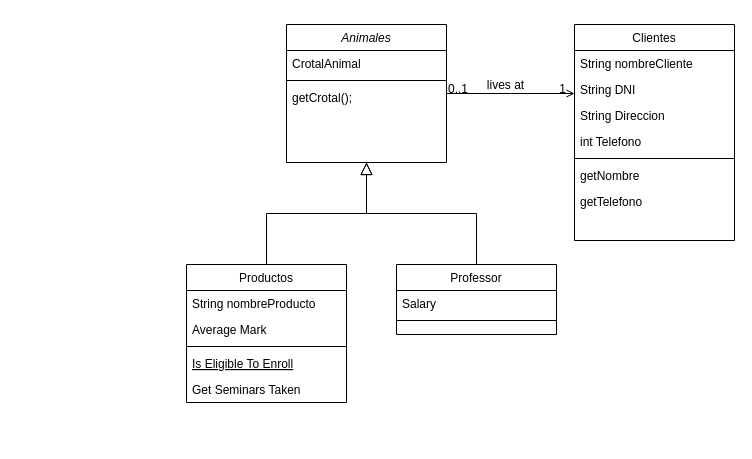
Above: Untitled Diagram.drawio in JoseMariaRuizDAM/PGL_JoseMa (draw.io), before the change. Source tidied: cells renumbered, new cells numbered last; positions are measured from the earlier drawing's top-left corner, leaving out a move shared by most shapes. Both pictures are drawn from the tidied source at 100%, with x=0, y=0 at pixel (186, 24).
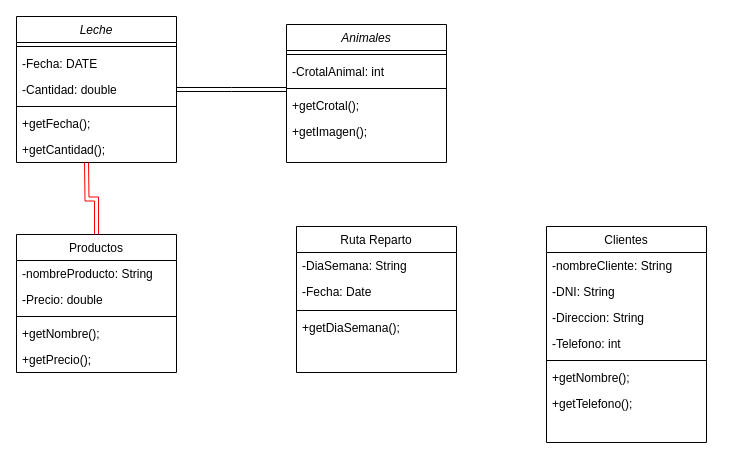
After the change.

Unchanged cells that the change refers to:
```xml
<mxCell id="2" value="Animales" style="swimlane;fontStyle=2;align=center;verticalAlign=top;horizontal=1;startSize=26;rounded=0;shadow=0;strokeWidth=1;" parent="1" vertex="1">
  <mxGeometry x="100" width="160" height="138" as="geometry" />
</mxCell>
```

The edit, as a diff of the source:
```diff
@@
+    <mxCell id="4" style="line;html=1;strokeWidth=1;align=left;verticalAlign=middle;spacingTop=-1;spacingLeft=3;spacingRight=3;labelPosition=right;" parent="2" vertex="1">
+      <mxGeometry y="26" width="160" height="8" as="geometry" />
+    </mxCell>
-    <mxCell id="3" value="CrotalAnimal" style="text;align=left;verticalAlign=top;spacingLeft=4;spacingRight=4;overflow=hidden;rounded=0;shadow=0;html=0;" parent="2" vertex="1">
-      <mxGeometry y="26" width="160" height="26" as="geometry" />
+    <mxCell id="3" value="-CrotalAnimal: int" style="text;align=left;verticalAlign=top;spacingLeft=4;spacingRight=4;overflow=hidden;rounded=0;shadow=0;html=0;" parent="2" vertex="1">
+      <mxGeometry y="34" width="160" height="26" as="geometry" />
     </mxCell>
-    <mxCell id="4" style="line;html=1;strokeWidth=1;align=left;verticalAlign=middle;spacingTop=-1;spacingLeft=3;spacingRight=3;labelPosition=right;" parent="2" vertex="1">
-      <mxGeometry y="52" width="160" height="8" as="geometry" />
-    </mxCell>
+    <mxCell id="9" style="line;html=1;strokeWidth=1;align=left;verticalAlign=middle;spacingTop=-1;spacingLeft=3;spacingRight=3;labelPosition=right;" parent="2" vertex="1">
+      <mxGeometry y="60" width="160" height="8" as="geometry" />
+    </mxCell>
-    <mxCell id="5" value="getCrotal();" style="text;align=left;verticalAlign=top;spacingLeft=4;spacingRight=4;overflow=hidden;" parent="2" vertex="1">
-      <mxGeometry y="60" width="160" height="26" as="geometry" />
+    <mxCell id="5" value="+getCrotal();" style="text;align=left;verticalAlign=top;spacingLeft=4;spacingRight=4;overflow=hidden;" parent="2" vertex="1">
+      <mxGeometry y="68" width="160" height="26" as="geometry" />
     </mxCell>
+    <mxCell id="29" value="+getImagen();" style="text;align=left;verticalAlign=top;spacingLeft=4;spacingRight=4;overflow=hidden;" parent="2" vertex="1">
+      <mxGeometry y="94" width="160" height="26" as="geometry" />
+    </mxCell>
     <mxCell id="6" value="Productos" style="swimlane;fontStyle=0;align=center;verticalAlign=top;horizontal=1;startSize=26;rounded=0;shadow=0;strokeWidth=1;" parent="1" vertex="1">
-      <mxGeometry y="240" width="160" height="138" as="geometry" />
+      <mxGeometry x="-170" y="210" width="160" height="138" as="geometry" />
     </mxCell>
-    <mxCell id="7" value="String nombreProducto" style="text;align=left;verticalAlign=top;spacingLeft=4;spacingRight=4;overflow=hidden;" parent="6" vertex="1">
+    <mxCell id="7" value="-nombreProducto: String &#10;&#10;" style="text;align=left;verticalAlign=top;spacingLeft=4;spacingRight=4;overflow=hidden;" parent="6" vertex="1">
       <mxGeometry y="26" width="160" height="26" as="geometry" />
     </mxCell>
-    <mxCell id="8" value="Average Mark" style="text;align=left;verticalAlign=top;spacingLeft=4;spacingRight=4;overflow=hidden;rounded=0;shadow=0;html=0;" parent="6" vertex="1">
-      <mxGeometry y="52" width="160" height="26" as="geometry" />
-    </mxCell>
-    <mxCell id="9" style="line;html=1;strokeWidth=1;align=left;verticalAlign=middle;spacingTop=-1;spacingLeft=3;spacingRight=3;labelPosition=right;" parent="6" vertex="1">
-      <mxGeometry y="78" width="160" height="8" as="geometry" />
-    </mxCell>
-    <mxCell id="10" value="Is Eligible To Enroll" style="text;align=left;verticalAlign=top;spacingLeft=4;spacingRight=4;overflow=hidden;fontStyle=4;" parent="6" vertex="1">
-      <mxGeometry y="86" width="160" height="26" as="geometry" />
-    </mxCell>
-    <mxCell id="11" value="Get Seminars Taken" style="text;align=left;verticalAlign=top;spacingLeft=4;spacingRight=4;overflow=hidden;" parent="6" vertex="1">
-      <mxGeometry y="112" width="160" height="26" as="geometry" />
-    </mxCell>
-    <mxCell id="12" style="endArrow=block;endSize=10;endFill=0;shadow=0;strokeWidth=1;rounded=0;edgeStyle=elbowEdgeStyle;elbow=vertical;" parent="1" edge="1" source="6" target="2">
-      <mxGeometry relative="1" as="geometry" />
-    </mxCell>
+    <mxCell id="30" value="-Precio: double" style="text;align=left;verticalAlign=top;spacingLeft=4;spacingRight=4;overflow=hidden;" parent="6" vertex="1">
+      <mxGeometry y="52" width="160" height="26" as="geometry" />
+    </mxCell>
+    <mxCell id="31" style="line;html=1;strokeWidth=1;align=left;verticalAlign=middle;spacingTop=-1;spacingLeft=3;spacingRight=3;labelPosition=right;" parent="6" vertex="1">
+      <mxGeometry y="78" width="160" height="8" as="geometry" />
+    </mxCell>
+    <mxCell id="32" value="+getNombre();" style="text;align=left;verticalAlign=top;spacingLeft=4;spacingRight=4;overflow=hidden;" parent="6" vertex="1">
+      <mxGeometry y="86" width="160" height="26" as="geometry" />
+    </mxCell>
+    <mxCell id="33" value="+getPrecio();" style="text;align=left;verticalAlign=top;spacingLeft=4;spacingRight=4;overflow=hidden;" parent="6" vertex="1">
+      <mxGeometry y="112" width="160" height="26" as="geometry" />
+    </mxCell>
-    <mxCell id="13" value="Professor" style="swimlane;fontStyle=0;align=center;verticalAlign=top;horizontal=1;startSize=26;rounded=0;shadow=0;strokeWidth=1;" parent="1" vertex="1">
-      <mxGeometry x="210" y="240" width="160" height="70" as="geometry" />
+    <mxCell id="13" value="Ruta Reparto" style="swimlane;fontStyle=0;align=center;verticalAlign=top;horizontal=1;startSize=26;rounded=0;shadow=0;strokeWidth=1;" parent="1" vertex="1">
+      <mxGeometry x="110" y="202" width="160" height="146" as="geometry" />
     </mxCell>
-    <mxCell id="14" value="Salary" style="text;align=left;verticalAlign=top;spacingLeft=4;spacingRight=4;overflow=hidden;" parent="13" vertex="1">
+    <mxCell id="14" value="-DiaSemana: String" style="text;align=left;verticalAlign=top;spacingLeft=4;spacingRight=4;overflow=hidden;" parent="13" vertex="1">
       <mxGeometry y="26" width="160" height="26" as="geometry" />
     </mxCell>
+    <mxCell id="34" value="-Fecha: Date" style="text;align=left;verticalAlign=top;spacingLeft=4;spacingRight=4;overflow=hidden;" parent="13" vertex="1">
+      <mxGeometry y="52" width="160" height="28" as="geometry" />
+    </mxCell>
     <mxCell id="15" style="line;html=1;strokeWidth=1;align=left;verticalAlign=middle;spacingTop=-1;spacingLeft=3;spacingRight=3;labelPosition=right;" parent="13" vertex="1">
-      <mxGeometry y="52" width="160" height="8" as="geometry" />
+      <mxGeometry y="80" width="160" height="8" as="geometry" />
     </mxCell>
-    <mxCell id="16" style="endArrow=block;endSize=10;endFill=0;shadow=0;strokeWidth=1;rounded=0;edgeStyle=elbowEdgeStyle;elbow=vertical;" parent="1" edge="1" source="13" target="2">
-      <mxGeometry relative="1" as="geometry" />
-    </mxCell>
+    <mxCell id="35" value="+getDiaSemana();" style="text;align=left;verticalAlign=top;spacingLeft=4;spacingRight=4;overflow=hidden;" parent="13" vertex="1">
+      <mxGeometry y="88" width="160" height="58" as="geometry" />
+    </mxCell>
     <mxCell id="17" value="Clientes" style="swimlane;fontStyle=0;align=center;verticalAlign=top;horizontal=1;startSize=26;rounded=0;shadow=0;strokeWidth=1;" parent="1" vertex="1">
-      <mxGeometry x="388" width="160" height="216" as="geometry" />
+      <mxGeometry x="360" y="202" width="160" height="216" as="geometry" />
     </mxCell>
-    <mxCell id="18" value="String nombreCliente" style="text;align=left;verticalAlign=top;spacingLeft=4;spacingRight=4;overflow=hidden;" parent="17" vertex="1">
+    <mxCell id="18" value="-nombreCliente: String " style="text;align=left;verticalAlign=top;spacingLeft=4;spacingRight=4;overflow=hidden;" parent="17" vertex="1">
       <mxGeometry y="26" width="160" height="26" as="geometry" />
     </mxCell>
-    <mxCell id="19" value="String DNI" style="text;align=left;verticalAlign=top;spacingLeft=4;spacingRight=4;overflow=hidden;rounded=0;shadow=0;html=0;" parent="17" vertex="1">
+    <mxCell id="19" value="-DNI: String " style="text;align=left;verticalAlign=top;spacingLeft=4;spacingRight=4;overflow=hidden;rounded=0;shadow=0;html=0;" parent="17" vertex="1">
       <mxGeometry y="52" width="160" height="26" as="geometry" />
     </mxCell>
-    <mxCell id="20" value="String Direccion" style="text;align=left;verticalAlign=top;spacingLeft=4;spacingRight=4;overflow=hidden;rounded=0;shadow=0;html=0;" parent="17" vertex="1">
+    <mxCell id="20" value="-Direccion: String " style="text;align=left;verticalAlign=top;spacingLeft=4;spacingRight=4;overflow=hidden;rounded=0;shadow=0;html=0;" parent="17" vertex="1">
       <mxGeometry y="78" width="160" height="26" as="geometry" />
     </mxCell>
-    <mxCell id="21" value="int Telefono" style="text;align=left;verticalAlign=top;spacingLeft=4;spacingRight=4;overflow=hidden;rounded=0;shadow=0;html=0;" parent="17" vertex="1">
+    <mxCell id="21" value="-Telefono: int " style="text;align=left;verticalAlign=top;spacingLeft=4;spacingRight=4;overflow=hidden;rounded=0;shadow=0;html=0;" parent="17" vertex="1">
       <mxGeometry y="104" width="160" height="26" as="geometry" />
     </mxCell>
@@
-    <mxCell id="23" value="getNombre" style="text;align=left;verticalAlign=top;spacingLeft=4;spacingRight=4;overflow=hidden;" parent="17" vertex="1">
+    <mxCell id="23" value="+getNombre();" style="text;align=left;verticalAlign=top;spacingLeft=4;spacingRight=4;overflow=hidden;" parent="17" vertex="1">
       <mxGeometry y="138" width="160" height="26" as="geometry" />
     </mxCell>
-    <mxCell id="24" value="getTelefono&#10;" style="text;align=left;verticalAlign=top;spacingLeft=4;spacingRight=4;overflow=hidden;" parent="17" vertex="1">
+    <mxCell id="24" value="+getTelefono();&#10;" style="text;align=left;verticalAlign=top;spacingLeft=4;spacingRight=4;overflow=hidden;" parent="17" vertex="1">
       <mxGeometry y="164" width="160" height="26" as="geometry" />
     </mxCell>
-    <mxCell id="25" style="endArrow=open;shadow=0;strokeWidth=1;rounded=0;endFill=1;edgeStyle=elbowEdgeStyle;elbow=vertical;" parent="1" edge="1" source="2" target="17">
-      <mxGeometry x="0.5" y="41" relative="1" as="geometry">
-        <mxPoint x="-40" y="32" as="offset" />
-      </mxGeometry>
-    </mxCell>
-    <mxCell id="26" value="0..1" style="align=left;verticalAlign=bottom;labelBackgroundColor=none;fontSize=12;" parent="25" vertex="1">
-      <mxGeometry x="-1" relative="1" as="geometry">
-        <mxPoint y="4" as="offset" />
-      </mxGeometry>
-    </mxCell>
-    <mxCell id="27" value="1" style="align=right;verticalAlign=bottom;labelBackgroundColor=none;fontSize=12;" parent="25" vertex="1">
-      <mxGeometry x="1" relative="1" as="geometry">
-        <mxPoint x="-7" y="4" as="offset" />
-      </mxGeometry>
-    </mxCell>
-    <mxCell id="28" value="lives at" style="text;html=1;align=center;verticalAlign=middle;labelBackgroundColor=none;rounded=0;shadow=0;strokeWidth=1;fontSize=12;" parent="25" vertex="1">
-      <mxGeometry x="0.5" y="49" relative="1" as="geometry">
-        <mxPoint x="-38" y="40" as="offset" />
-      </mxGeometry>
-    </mxCell>
+    <mxCell id="36" value="Leche" style="swimlane;fontStyle=2;align=center;verticalAlign=top;horizontal=1;startSize=26;rounded=0;shadow=0;strokeWidth=1;" parent="1" vertex="1">
+      <mxGeometry x="-170" y="-8" width="160" height="146" as="geometry" />
+    </mxCell>
+    <mxCell id="37" style="line;html=1;strokeWidth=1;align=left;verticalAlign=middle;spacingTop=-1;spacingLeft=3;spacingRight=3;labelPosition=right;" parent="36" vertex="1">
+      <mxGeometry y="26" width="160" height="8" as="geometry" />
+    </mxCell>
+    <mxCell id="38" value="-Fecha: DATE" style="text;align=left;verticalAlign=top;spacingLeft=4;spacingRight=4;overflow=hidden;rounded=0;shadow=0;html=0;" parent="36" vertex="1">
+      <mxGeometry y="34" width="160" height="26" as="geometry" />
+    </mxCell>
+    <mxCell id="39" value="-Cantidad: double" style="text;align=left;verticalAlign=top;spacingLeft=4;spacingRight=4;overflow=hidden;points=[[0,0.5],[1,0.5]];portConstraint=eastwest;rounded=0;shadow=0;html=0;" parent="36" vertex="1">
+      <mxGeometry y="60" width="160" height="26" as="geometry" />
+    </mxCell>
+    <mxCell id="40" style="line;html=1;strokeWidth=1;align=left;verticalAlign=middle;spacingTop=-1;spacingLeft=3;spacingRight=3;labelPosition=right;" parent="36" vertex="1">
+      <mxGeometry y="86" width="160" height="8" as="geometry" />
+    </mxCell>
+    <mxCell id="41" value="+getFecha();" style="text;align=left;verticalAlign=top;spacingLeft=4;spacingRight=4;overflow=hidden;" parent="36" vertex="1">
+      <mxGeometry y="94" width="160" height="26" as="geometry" />
+    </mxCell>
+    <mxCell id="12" style="endArrow=block;endFill=0;shadow=0;strokeWidth=1;rounded=0;edgeStyle=elbowEdgeStyle;elbow=vertical;exitX=1;exitY=0.5;exitDx=0;exitDy=0;shape=link;" parent="1" edge="1" source="39" target="2">
+      <mxGeometry relative="1" as="geometry" />
+    </mxCell>
+    <mxCell id="42" value="+getCantidad();" style="text;align=left;verticalAlign=top;spacingLeft=4;spacingRight=4;overflow=hidden;" parent="1" vertex="1">
+      <mxGeometry x="-170" y="112" width="160" height="26" as="geometry" />
+    </mxCell>
+    <mxCell id="43" style="edgeStyle=orthogonalEdgeStyle;html=1;verticalAlign=bottom;endArrow=open;endSize=8;strokeColor=#ff0000;rounded=0;shape=link;" parent="1" edge="1" target="6">
+      <mxGeometry relative="1" as="geometry">
+        <mxPoint x="-100" y="138" as="sourcePoint" />
+      </mxGeometry>
+    </mxCell>
+    <mxCell id="44" style="text;strokeColor=none;fillColor=none;align=left;verticalAlign=middle;spacingTop=-1;spacingLeft=4;spacingRight=4;labelPosition=right;" parent="1" vertex="1">
+      <mxGeometry x="280" y="190" width="20" height="14" as="geometry" />
+    </mxCell>
```
